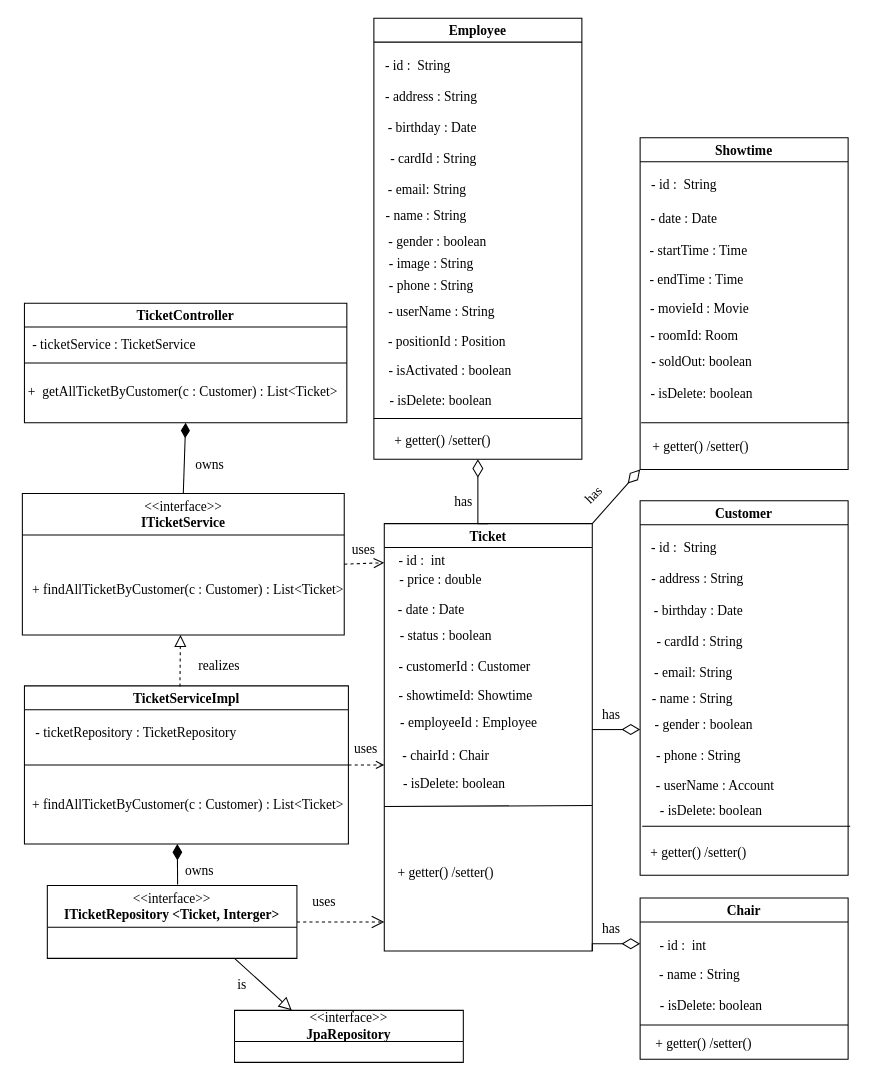
This is page "class_diagram_user_ticket_management" (2 of 5) of Module_6/[A0422I1]_DetailDesign_TriLHH/[A0422I1]_DetailDesign_TriLHH.drawio from LHHT-DISCOVERY/Code-Gym-A0422I1-HuuTri, a draw.io file, before an edit. Source tidied: cells renumbered, new cells numbered last; positions are measured from the earlier drawing's top-left corner, leaving out a move shared by most shapes. Both pictures are drawn from the tidied source at 104%, with x=0, y=0 at pixel (18, 18).
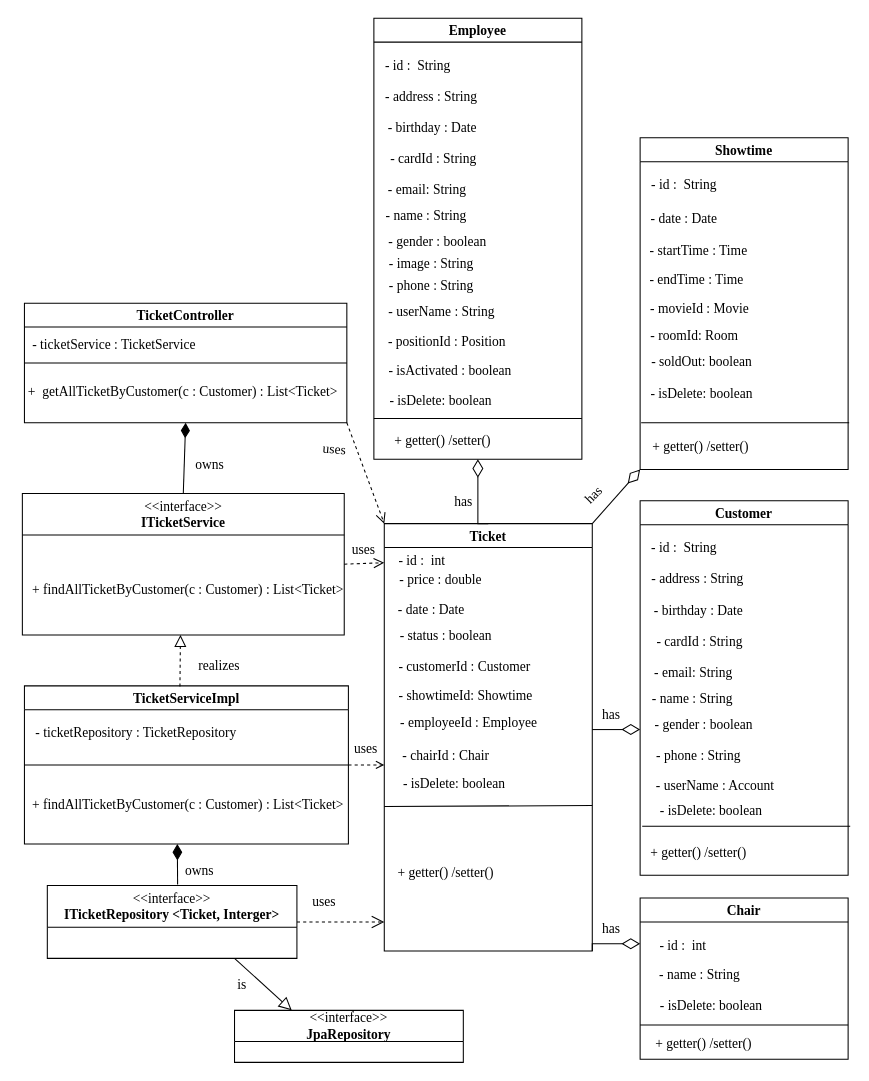
Above is the later version.

Unchanged cells that the change refers to:
```xml
<mxCell id="2" value="TicketController" style="swimlane;whiteSpace=wrap;html=1;fontFamily=Times New Roman;fontSize=13;" parent="1" vertex="1">
  <mxGeometry x="6" y="274" width="310" height="115" as="geometry" />
</mxCell>
<mxCell id="17" value="Ticket" style="swimlane;whiteSpace=wrap;html=1;fontFamily=Times New Roman;fontSize=13;" parent="1" vertex="1">
  <mxGeometry x="352" y="486" width="200" height="411" as="geometry" />
</mxCell>
```

The edit, as a diff of the source:
```diff
@@
+    <mxCell id="94" style="endArrow=open;html=1;rounded=0;exitX=1;exitY=1;exitDx=0;exitDy=0;dashed=1;strokeWidth=1;endFill=0;endSize=8;fontFamily=Times New Roman;fontSize=13;entryX=0;entryY=0;entryDx=0;entryDy=0;" parent="1" edge="1" source="2" target="17">
+      <mxGeometry relative="1" as="geometry" />
+    </mxCell>
+    <mxCell id="95" value="uses" style="text;html=1;align=center;verticalAlign=middle;strokeColor=none;fillColor=none;fontFamily=Times New Roman;fontSize=13;rotation=5;" parent="1" vertex="1">
+      <mxGeometry x="284" y="400" width="40" height="28" as="geometry" />
+    </mxCell>
```
